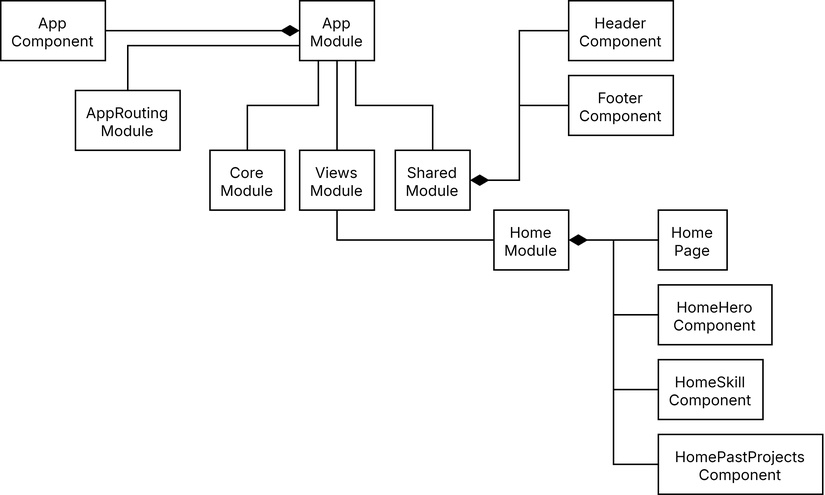
Above: doc/component.drawio.png in harshjayprakash/the-portfolio-site (draw.io), before the change. Source tidied: cells renumbered, new cells last; positions are measured from the earlier drawing's top-left corner, leaving out a move shared by most shapes.
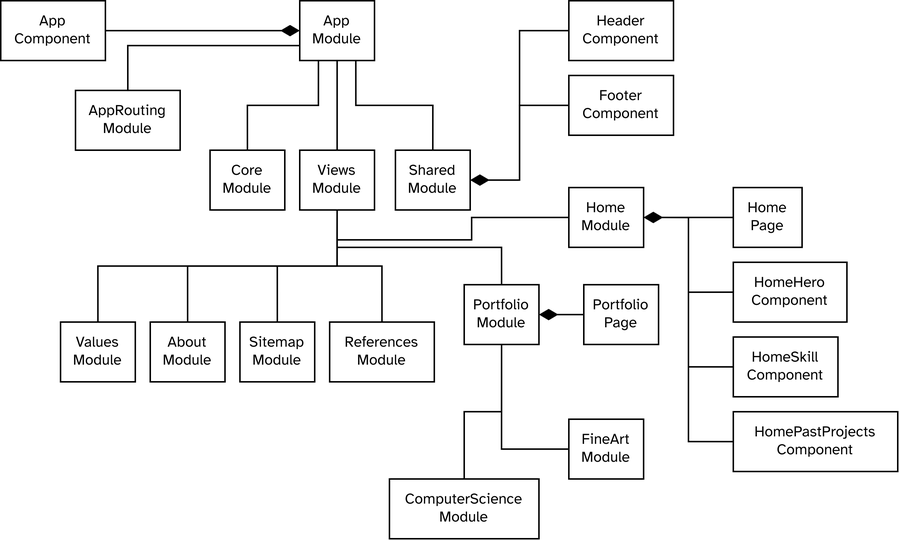
After the change.

What changed in the source:
```diff
@@ -2,84 +2,132 @@
   <root>
     <mxCell id="0" />
     <mxCell id="1" parent="0" />
-    <mxCell id="2" style="edgeStyle=orthogonalEdgeStyle;rounded=0;jettySize=auto;html=1;exitX=0.5;exitY=0;exitDx=0;exitDy=0;entryX=0;entryY=0.75;entryDx=0;entryDy=0;endArrow=none;endFill=0;fontStyle=0;fontFamily=Inter;" parent="1" edge="1" source="3" target="6">
+    <mxCell id="2" style="edgeStyle=orthogonalEdgeStyle;rounded=0;jettySize=auto;html=1;exitX=0.5;exitY=0;exitDx=0;exitDy=0;entryX=0;entryY=0.75;entryDx=0;entryDy=0;endArrow=none;endFill=0;fontStyle=0;fontFamily=Atkinson Hyperlegible;" parent="1" edge="1" source="3" target="6">
       <mxGeometry relative="1" as="geometry">
         <Array as="points">
           <mxPoint x="85" y="30" />
         </Array>
       </mxGeometry>
     </mxCell>
-    <mxCell id="3" value="AppRouting&lt;br&gt;Module" style="html=1;whiteSpace=wrap;fontSize=10;fontFamily=Inter;fontStyle=0;" parent="1" vertex="1">
+    <mxCell id="3" value="AppRouting&lt;br&gt;Module" style="html=1;whiteSpace=wrap;fontSize=10;fontFamily=Atkinson Hyperlegible;fontStyle=0;" parent="1" vertex="1">
       <mxGeometry x="50" y="60" width="70" height="40" as="geometry" />
     </mxCell>
-    <mxCell id="4" style="edgeStyle=orthogonalEdgeStyle;rounded=0;jettySize=auto;html=1;exitX=1;exitY=0.5;exitDx=0;exitDy=0;entryX=0;entryY=0.5;entryDx=0;entryDy=0;endArrow=diamondThin;endFill=1;strokeWidth=1;endSize=10;fontStyle=0;fontFamily=Inter;" parent="1" edge="1" source="5" target="6">
+    <mxCell id="4" style="edgeStyle=orthogonalEdgeStyle;rounded=0;jettySize=auto;html=1;exitX=1;exitY=0.5;exitDx=0;exitDy=0;entryX=0;entryY=0.5;entryDx=0;entryDy=0;endArrow=diamondThin;endFill=1;strokeWidth=1;endSize=10;fontStyle=0;fontFamily=Atkinson Hyperlegible;" parent="1" edge="1" source="5" target="6">
       <mxGeometry relative="1" as="geometry" />
     </mxCell>
-    <mxCell id="5" value="App&lt;br&gt;Component" style="html=1;whiteSpace=wrap;fontSize=10;fontFamily=Inter;fontStyle=0;" parent="1" vertex="1">
+    <mxCell id="5" value="App&lt;br&gt;Component" style="html=1;whiteSpace=wrap;fontSize=10;fontFamily=Atkinson Hyperlegible;fontStyle=0;" parent="1" vertex="1">
       <mxGeometry width="70" height="40" as="geometry" />
     </mxCell>
-    <mxCell id="6" value="App&lt;br&gt;Module" style="html=1;whiteSpace=wrap;fontSize=10;fontFamily=Inter;fontStyle=0;" parent="1" vertex="1">
+    <mxCell id="6" value="App&lt;br&gt;Module" style="html=1;whiteSpace=wrap;fontSize=10;fontFamily=Atkinson Hyperlegible;fontStyle=0;" parent="1" vertex="1">
       <mxGeometry x="200" width="50" height="40" as="geometry" />
     </mxCell>
-    <mxCell id="7" style="edgeStyle=orthogonalEdgeStyle;rounded=0;jettySize=auto;html=1;entryX=0.25;entryY=1;entryDx=0;entryDy=0;exitX=0.5;exitY=0;exitDx=0;exitDy=0;endArrow=none;endFill=0;fontStyle=0;fontFamily=Inter;" parent="1" edge="1" source="8" target="6">
+    <mxCell id="7" style="edgeStyle=orthogonalEdgeStyle;rounded=0;jettySize=auto;html=1;entryX=0.25;entryY=1;entryDx=0;entryDy=0;exitX=0.5;exitY=0;exitDx=0;exitDy=0;endArrow=none;endFill=0;fontStyle=0;fontFamily=Atkinson Hyperlegible;" parent="1" edge="1" source="8" target="6">
       <mxGeometry relative="1" as="geometry" />
     </mxCell>
-    <mxCell id="8" value="Core&lt;br&gt;Module" style="html=1;whiteSpace=wrap;fontSize=10;fontFamily=Inter;fontStyle=0;" parent="1" vertex="1">
+    <mxCell id="8" value="Core&lt;br&gt;Module" style="html=1;whiteSpace=wrap;fontSize=10;fontFamily=Atkinson Hyperlegible;fontStyle=0;" parent="1" vertex="1">
       <mxGeometry x="140" y="100" width="50" height="40" as="geometry" />
     </mxCell>
-    <mxCell id="9" style="edgeStyle=orthogonalEdgeStyle;rounded=0;jettySize=auto;html=1;entryX=0.5;entryY=1;entryDx=0;entryDy=0;endArrow=none;endFill=0;fontStyle=0;fontFamily=Inter;" parent="1" edge="1" source="10" target="6">
+    <mxCell id="9" style="edgeStyle=orthogonalEdgeStyle;rounded=0;jettySize=auto;html=1;entryX=0.5;entryY=1;entryDx=0;entryDy=0;endArrow=none;endFill=0;fontStyle=0;fontFamily=Atkinson Hyperlegible;" parent="1" edge="1" source="10" target="6">
       <mxGeometry relative="1" as="geometry" />
     </mxCell>
-    <mxCell id="10" value="Views&lt;br&gt;Module" style="html=1;whiteSpace=wrap;fontSize=10;fontFamily=Inter;fontStyle=0;" parent="1" vertex="1">
+    <mxCell id="10" value="Views&lt;br&gt;Module" style="html=1;whiteSpace=wrap;fontSize=10;fontFamily=Atkinson Hyperlegible;fontStyle=0;" parent="1" vertex="1">
       <mxGeometry x="200" y="100" width="50" height="40" as="geometry" />
     </mxCell>
-    <mxCell id="11" style="edgeStyle=orthogonalEdgeStyle;rounded=0;jettySize=auto;html=1;entryX=0.75;entryY=1;entryDx=0;entryDy=0;exitX=0.5;exitY=0;exitDx=0;exitDy=0;endArrow=none;endFill=0;fontStyle=0;fontFamily=Inter;" parent="1" edge="1" source="12" target="6">
+    <mxCell id="11" style="edgeStyle=orthogonalEdgeStyle;rounded=0;jettySize=auto;html=1;entryX=0.75;entryY=1;entryDx=0;entryDy=0;exitX=0.5;exitY=0;exitDx=0;exitDy=0;endArrow=none;endFill=0;fontStyle=0;fontFamily=Atkinson Hyperlegible;" parent="1" edge="1" source="12" target="6">
       <mxGeometry relative="1" as="geometry" />
     </mxCell>
-    <mxCell id="12" value="Shared&lt;br&gt;Module" style="html=1;whiteSpace=wrap;fontSize=10;fontFamily=Inter;fontStyle=0;" parent="1" vertex="1">
+    <mxCell id="12" value="Shared&lt;br&gt;Module" style="html=1;whiteSpace=wrap;fontSize=10;fontFamily=Atkinson Hyperlegible;fontStyle=0;" parent="1" vertex="1">
       <mxGeometry x="264" y="100" width="50" height="40" as="geometry" />
     </mxCell>
-    <mxCell id="13" value="Header&lt;br&gt;Component" style="html=1;whiteSpace=wrap;fontSize=10;fontFamily=Inter;fontStyle=0;" parent="1" vertex="1">
+    <mxCell id="13" value="Header&lt;br&gt;Component" style="html=1;whiteSpace=wrap;fontSize=10;fontFamily=Atkinson Hyperlegible;fontStyle=0;" parent="1" vertex="1">
       <mxGeometry x="380" width="70" height="40" as="geometry" />
     </mxCell>
-    <mxCell id="14" value="Footer&lt;br&gt;Component" style="html=1;whiteSpace=wrap;fontSize=10;fontFamily=Inter;fontStyle=0;" parent="1" vertex="1">
+    <mxCell id="14" value="Footer&lt;br&gt;Component" style="html=1;whiteSpace=wrap;fontSize=10;fontFamily=Atkinson Hyperlegible;fontStyle=0;" parent="1" vertex="1">
       <mxGeometry x="380" y="50" width="70" height="40" as="geometry" />
     </mxCell>
-    <mxCell id="15" value="Home&lt;br&gt;Module" style="html=1;whiteSpace=wrap;fontSize=10;fontFamily=Inter;fontStyle=0;" parent="1" vertex="1">
-      <mxGeometry x="330" y="140" width="50" height="40" as="geometry" />
+    <mxCell id="15" value="Home&lt;br&gt;Module" style="html=1;whiteSpace=wrap;fontSize=10;fontFamily=Atkinson Hyperlegible;fontStyle=0;" parent="1" vertex="1">
+      <mxGeometry x="380" y="125" width="50" height="40" as="geometry" />
     </mxCell>
-    <mxCell id="16" value="Home&lt;br&gt;Page" style="html=1;whiteSpace=wrap;fontSize=10;fontFamily=Inter;fontStyle=0;" parent="1" vertex="1">
-      <mxGeometry x="440" y="140" width="46" height="40" as="geometry" />
+    <mxCell id="16" value="Home&lt;br&gt;Page" style="html=1;whiteSpace=wrap;fontSize=10;fontFamily=Atkinson Hyperlegible;fontStyle=0;" parent="1" vertex="1">
+      <mxGeometry x="490" y="125" width="46" height="40" as="geometry" />
     </mxCell>
-    <mxCell id="17" value="HomeHero Component" style="html=1;whiteSpace=wrap;fontSize=10;fontFamily=Inter;fontStyle=0;" parent="1" vertex="1">
-      <mxGeometry x="440" y="190" width="76" height="40" as="geometry" />
+    <mxCell id="17" value="HomeHero Component" style="html=1;whiteSpace=wrap;fontSize=10;fontFamily=Atkinson Hyperlegible;fontStyle=0;" parent="1" vertex="1">
+      <mxGeometry x="490" y="175" width="76" height="40" as="geometry" />
     </mxCell>
-    <mxCell id="18" value="HomeSkill&lt;br&gt;Component" style="html=1;whiteSpace=wrap;fontSize=10;fontFamily=Inter;fontStyle=0;" parent="1" vertex="1">
-      <mxGeometry x="440" y="240" width="70" height="40" as="geometry" />
+    <mxCell id="18" value="HomeSkill&lt;br&gt;Component" style="html=1;whiteSpace=wrap;fontSize=10;fontFamily=Atkinson Hyperlegible;fontStyle=0;" parent="1" vertex="1">
+      <mxGeometry x="490" y="225" width="70" height="40" as="geometry" />
     </mxCell>
-    <mxCell id="19" value="HomePastProjects&lt;br&gt;Component" style="html=1;whiteSpace=wrap;fontSize=10;fontFamily=Inter;fontStyle=0;" parent="1" vertex="1">
-      <mxGeometry x="440" y="290" width="110" height="40" as="geometry" />
+    <mxCell id="19" value="HomePastProjects&lt;br&gt;Component" style="html=1;whiteSpace=wrap;fontSize=10;fontFamily=Atkinson Hyperlegible;fontStyle=0;" parent="1" vertex="1">
+      <mxGeometry x="490" y="275" width="110" height="40" as="geometry" />
     </mxCell>
-    <mxCell id="20" style="edgeStyle=orthogonalEdgeStyle;rounded=0;jettySize=auto;html=1;exitX=0;exitY=0.5;exitDx=0;exitDy=0;entryX=1;entryY=0.5;entryDx=0;entryDy=0;endArrow=diamondThin;endFill=1;strokeWidth=1;endSize=10;fontStyle=0;fontFamily=Inter;" parent="1" edge="1" source="13" target="12">
+    <mxCell id="20" style="edgeStyle=orthogonalEdgeStyle;rounded=0;jettySize=auto;html=1;exitX=0;exitY=0.5;exitDx=0;exitDy=0;entryX=1;entryY=0.5;entryDx=0;entryDy=0;endArrow=diamondThin;endFill=1;strokeWidth=1;endSize=10;fontStyle=0;fontFamily=Atkinson Hyperlegible;" parent="1" edge="1" source="13" target="12">
       <mxGeometry relative="1" as="geometry" />
     </mxCell>
-    <mxCell id="21" style="edgeStyle=orthogonalEdgeStyle;rounded=0;jettySize=auto;html=1;exitX=0;exitY=0.5;exitDx=0;exitDy=0;entryX=1;entryY=0.5;entryDx=0;entryDy=0;endArrow=diamondThin;endFill=1;strokeWidth=1;endSize=10;fontStyle=0;fontFamily=Inter;" parent="1" edge="1" source="14" target="12">
+    <mxCell id="21" style="edgeStyle=orthogonalEdgeStyle;rounded=0;jettySize=auto;html=1;exitX=0;exitY=0.5;exitDx=0;exitDy=0;entryX=1;entryY=0.5;entryDx=0;entryDy=0;endArrow=diamondThin;endFill=1;strokeWidth=1;endSize=10;fontStyle=0;fontFamily=Atkinson Hyperlegible;" parent="1" edge="1" source="14" target="12">
       <mxGeometry relative="1" as="geometry" />
     </mxCell>
-    <mxCell id="22" style="edgeStyle=orthogonalEdgeStyle;rounded=0;jettySize=auto;html=1;entryX=0.5;entryY=1;entryDx=0;entryDy=0;exitX=0;exitY=0.5;exitDx=0;exitDy=0;endArrow=none;endFill=0;fontStyle=0;fontFamily=Inter;" parent="1" edge="1" source="15" target="10">
+    <mxCell id="22" style="edgeStyle=orthogonalEdgeStyle;rounded=0;jettySize=auto;html=1;entryX=0.5;entryY=1;entryDx=0;entryDy=0;exitX=0;exitY=0.5;exitDx=0;exitDy=0;endArrow=none;endFill=0;fontStyle=0;fontFamily=Atkinson Hyperlegible;" parent="1" edge="1" source="15" target="10">
       <mxGeometry relative="1" as="geometry" />
     </mxCell>
-    <mxCell id="23" style="edgeStyle=orthogonalEdgeStyle;rounded=0;jettySize=auto;html=1;exitX=0;exitY=0.5;exitDx=0;exitDy=0;entryX=1;entryY=0.5;entryDx=0;entryDy=0;endArrow=diamondThin;endFill=1;strokeWidth=1;endSize=10;fontStyle=0;fontFamily=Inter;" parent="1" edge="1" source="16" target="15">
+    <mxCell id="23" style="edgeStyle=orthogonalEdgeStyle;rounded=0;jettySize=auto;html=1;exitX=0;exitY=0.5;exitDx=0;exitDy=0;entryX=1;entryY=0.5;entryDx=0;entryDy=0;endArrow=diamondThin;endFill=1;strokeWidth=1;endSize=10;fontStyle=0;fontFamily=Atkinson Hyperlegible;" parent="1" edge="1" source="16" target="15">
       <mxGeometry relative="1" as="geometry" />
     </mxCell>
-    <mxCell id="24" style="edgeStyle=orthogonalEdgeStyle;rounded=0;jettySize=auto;html=1;exitX=0;exitY=0.5;exitDx=0;exitDy=0;entryX=1;entryY=0.5;entryDx=0;entryDy=0;endArrow=diamondThin;endFill=1;strokeWidth=1;endSize=10;fontStyle=0;fontFamily=Inter;" parent="1" edge="1" source="17" target="15">
+    <mxCell id="24" style="edgeStyle=orthogonalEdgeStyle;rounded=0;jettySize=auto;html=1;exitX=0;exitY=0.5;exitDx=0;exitDy=0;entryX=1;entryY=0.5;entryDx=0;entryDy=0;endArrow=diamondThin;endFill=1;strokeWidth=1;endSize=10;fontStyle=0;fontFamily=Atkinson Hyperlegible;" parent="1" edge="1" source="17" target="15">
       <mxGeometry relative="1" as="geometry" />
     </mxCell>
-    <mxCell id="25" style="edgeStyle=orthogonalEdgeStyle;rounded=0;jettySize=auto;html=1;exitX=0;exitY=0.5;exitDx=0;exitDy=0;entryX=1;entryY=0.5;entryDx=0;entryDy=0;endArrow=diamondThin;endFill=1;strokeWidth=1;endSize=10;fontStyle=0;fontFamily=Inter;" parent="1" edge="1" source="18" target="15">
+    <mxCell id="25" style="edgeStyle=orthogonalEdgeStyle;rounded=0;jettySize=auto;html=1;exitX=0;exitY=0.5;exitDx=0;exitDy=0;entryX=1;entryY=0.5;entryDx=0;entryDy=0;endArrow=diamondThin;endFill=1;strokeWidth=1;endSize=10;fontStyle=0;fontFamily=Atkinson Hyperlegible;" parent="1" edge="1" source="18" target="15">
       <mxGeometry relative="1" as="geometry" />
     </mxCell>
-    <mxCell id="26" style="edgeStyle=orthogonalEdgeStyle;rounded=0;jettySize=auto;html=1;exitX=0;exitY=0.5;exitDx=0;exitDy=0;entryX=1;entryY=0.5;entryDx=0;entryDy=0;endArrow=diamondThin;endFill=1;strokeWidth=1;endSize=10;fontStyle=0;fontFamily=Inter;" parent="1" edge="1" source="19" target="15">
+    <mxCell id="26" style="edgeStyle=orthogonalEdgeStyle;rounded=0;jettySize=auto;html=1;exitX=0;exitY=0.5;exitDx=0;exitDy=0;entryX=1;entryY=0.5;entryDx=0;entryDy=0;endArrow=diamondThin;endFill=1;strokeWidth=1;endSize=10;fontStyle=0;fontFamily=Atkinson Hyperlegible;" parent="1" edge="1" source="19" target="15">
       <mxGeometry relative="1" as="geometry" />
     </mxCell>
+    <mxCell id="27" value="Values&lt;br&gt;Module" style="html=1;whiteSpace=wrap;fontSize=10;fontFamily=Atkinson Hyperlegible;fontStyle=0;" parent="1" vertex="1">
+      <mxGeometry x="40" y="215" width="50" height="40" as="geometry" />
+    </mxCell>
+    <mxCell id="28" value="Sitemap&lt;br&gt;Module" style="html=1;whiteSpace=wrap;fontSize=10;fontFamily=Atkinson Hyperlegible;fontStyle=0;" parent="1" vertex="1">
+      <mxGeometry x="160" y="215" width="50" height="40" as="geometry" />
+    </mxCell>
+    <mxCell id="29" value="References&lt;br&gt;Module" style="html=1;whiteSpace=wrap;fontSize=10;fontFamily=Atkinson Hyperlegible;fontStyle=0;" parent="1" vertex="1">
+      <mxGeometry x="220" y="215" width="70" height="40" as="geometry" />
+    </mxCell>
+    <mxCell id="30" value="FineArt&lt;br&gt;Module" style="html=1;whiteSpace=wrap;fontSize=10;fontFamily=Atkinson Hyperlegible;fontStyle=0;" parent="1" vertex="1">
+      <mxGeometry x="380" y="280" width="50" height="40" as="geometry" />
+    </mxCell>
+    <mxCell id="31" value="ComputerScience&lt;br&gt;Module" style="html=1;whiteSpace=wrap;fontSize=10;fontFamily=Atkinson Hyperlegible;fontStyle=0;" parent="1" vertex="1">
+      <mxGeometry x="260" y="320" width="100" height="40" as="geometry" />
+    </mxCell>
+    <mxCell id="32" value="Portfolio&lt;br&gt;Module" style="html=1;whiteSpace=wrap;fontSize=10;fontFamily=Atkinson Hyperlegible;fontStyle=0;" parent="1" vertex="1">
+      <mxGeometry x="310" y="190" width="50" height="40" as="geometry" />
+    </mxCell>
+    <mxCell id="33" value="About&lt;br&gt;Module" style="html=1;whiteSpace=wrap;fontSize=10;fontFamily=Atkinson Hyperlegible;fontStyle=0;" parent="1" vertex="1">
+      <mxGeometry x="100" y="215" width="50" height="40" as="geometry" />
+    </mxCell>
+    <mxCell id="34" value="Portfolio&lt;br&gt;Page" style="html=1;whiteSpace=wrap;fontSize=10;fontFamily=Atkinson Hyperlegible;fontStyle=0;" parent="1" vertex="1">
+      <mxGeometry x="390" y="190" width="50" height="40" as="geometry" />
+    </mxCell>
+    <mxCell id="35" style="edgeStyle=orthogonalEdgeStyle;rounded=0;jettySize=auto;html=1;endArrow=none;endFill=0;fontStyle=0;fontFamily=Atkinson Hyperlegible;entryX=0.5;entryY=1;entryDx=0;entryDy=0;exitX=0.5;exitY=0;exitDx=0;exitDy=0;" parent="1" edge="1" source="32" target="10">
+      <mxGeometry relative="1" as="geometry" />
+    </mxCell>
+    <mxCell id="36" style="edgeStyle=orthogonalEdgeStyle;rounded=0;jettySize=auto;html=1;endArrow=none;endFill=0;fontStyle=0;fontFamily=Atkinson Hyperlegible;entryX=0.5;entryY=1;entryDx=0;entryDy=0;exitX=0.5;exitY=0;exitDx=0;exitDy=0;" parent="1" edge="1" source="31" target="32">
+      <mxGeometry relative="1" as="geometry" />
+    </mxCell>
+    <mxCell id="37" style="edgeStyle=orthogonalEdgeStyle;rounded=0;jettySize=auto;html=1;endArrow=none;endFill=0;fontStyle=0;fontFamily=Atkinson Hyperlegible;entryX=0.5;entryY=1;entryDx=0;entryDy=0;" parent="1" edge="1" source="30" target="32">
+      <mxGeometry relative="1" as="geometry" />
+    </mxCell>
+    <mxCell id="38" style="edgeStyle=orthogonalEdgeStyle;rounded=0;jettySize=auto;html=1;endArrow=none;endFill=0;fontStyle=0;fontFamily=Atkinson Hyperlegible;entryX=0.5;entryY=1;entryDx=0;entryDy=0;exitX=0.5;exitY=0;exitDx=0;exitDy=0;" parent="1" edge="1" source="28" target="10">
+      <mxGeometry relative="1" as="geometry" />
+    </mxCell>
+    <mxCell id="39" style="edgeStyle=orthogonalEdgeStyle;rounded=0;jettySize=auto;html=1;endArrow=none;endFill=0;fontStyle=0;fontFamily=Atkinson Hyperlegible;entryX=0.5;entryY=1;entryDx=0;entryDy=0;exitX=0.5;exitY=0;exitDx=0;exitDy=0;" parent="1" edge="1" source="29" target="10">
+      <mxGeometry relative="1" as="geometry" />
+    </mxCell>
+    <mxCell id="40" style="edgeStyle=orthogonalEdgeStyle;rounded=0;jettySize=auto;html=1;endArrow=none;endFill=0;fontStyle=0;fontFamily=Atkinson Hyperlegible;entryX=0.5;entryY=1;entryDx=0;entryDy=0;exitX=0.5;exitY=0;exitDx=0;exitDy=0;" parent="1" edge="1" source="27" target="10">
+      <mxGeometry relative="1" as="geometry" />
+    </mxCell>
+    <mxCell id="41" style="edgeStyle=orthogonalEdgeStyle;rounded=0;jettySize=auto;html=1;endArrow=none;endFill=0;fontStyle=0;fontFamily=Atkinson Hyperlegible;entryX=0.5;entryY=1;entryDx=0;entryDy=0;exitX=0.5;exitY=0;exitDx=0;exitDy=0;" parent="1" edge="1" source="33" target="10">
+      <mxGeometry relative="1" as="geometry" />
+    </mxCell>
+    <mxCell id="42" style="edgeStyle=orthogonalEdgeStyle;rounded=0;jettySize=auto;html=1;exitX=0;exitY=0.5;exitDx=0;exitDy=0;entryX=1;entryY=0.5;entryDx=0;entryDy=0;endArrow=diamondThin;endFill=1;strokeWidth=1;endSize=10;fontStyle=0;fontFamily=Atkinson Hyperlegible;" parent="1" edge="1" source="34" target="32">
+      <mxGeometry relative="1" as="geometry" />
+    </mxCell>
   </root>
 </mxGraphModel>
```
